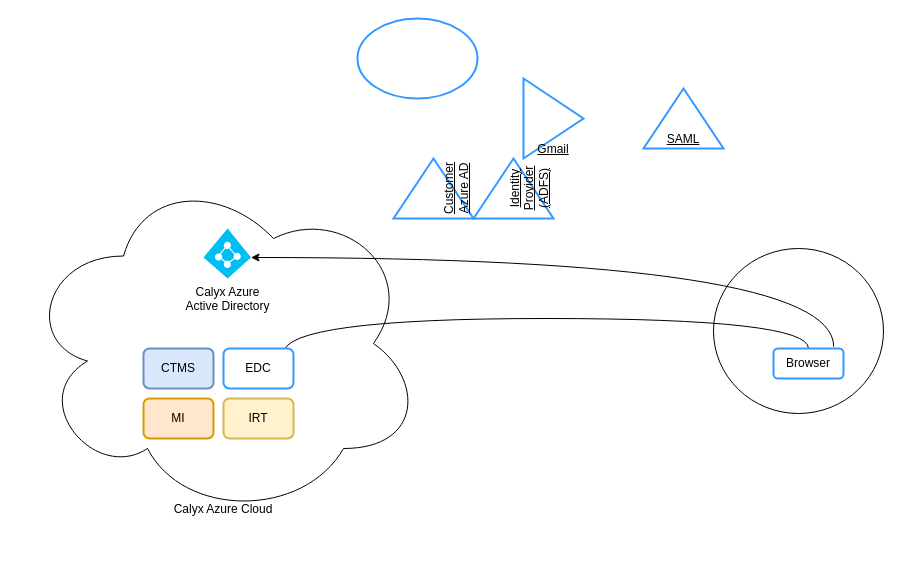
Earlier version of the draw.io diagram Untitled Diagram.drawio (varun-kum/CloudAvenue-Architecture-Center). Source tidied: cells renumbered, new cells numbered last; positions are measured from the earlier drawing's top-left corner, leaving out a move shared by most shapes. Both pictures are drawn from the tidied source at 100%, with x=0, y=0 at pixel (23, 18).
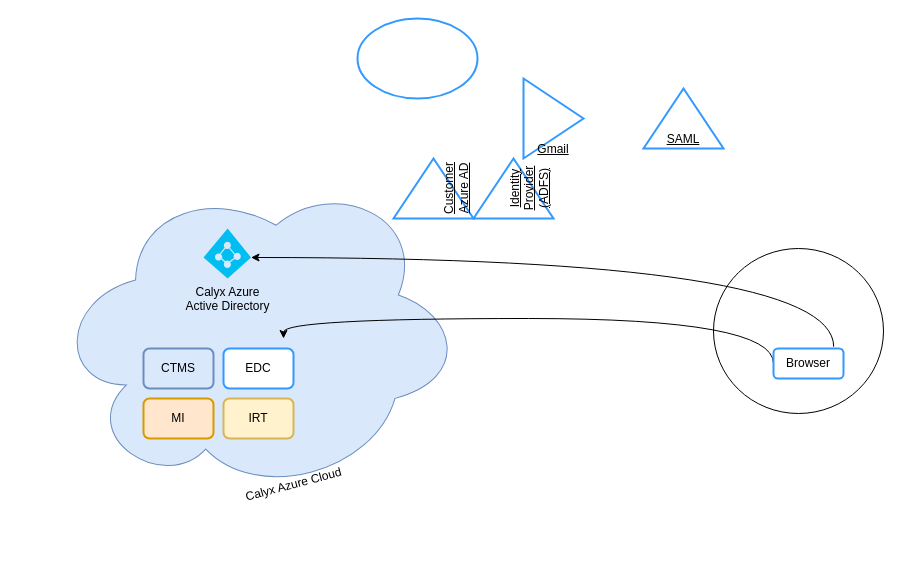
Above is the later version.

The change refers to these unchanged cells:
```xml
<mxCell id="7" value="Browser" style="rounded=1;whiteSpace=wrap;html=1;strokeColor=#3399FF;strokeWidth=2;" parent="1" vertex="1">
  <mxGeometry x="750" y="330" width="70" height="30" as="geometry" />
</mxCell>
<mxCell id="8" value="EDC" style="rounded=1;whiteSpace=wrap;html=1;strokeColor=#3399FF;strokeWidth=2;" parent="1" vertex="1">
  <mxGeometry x="200" y="330" width="70" height="40" as="geometry" />
</mxCell>
```

Diff of the diagram source:
```diff
@@
-    <mxCell id="2" value="Calyx Azure Cloud" style="ellipse;shape=cloud;whiteSpace=wrap;html=1;verticalAlign=bottom;" parent="1" vertex="1">
-      <mxGeometry y="150" width="400" height="350" as="geometry" />
+    <mxCell id="2" value="Calyx Azure Cloud" style="ellipse;shape=cloud;whiteSpace=wrap;html=1;verticalAlign=bottom;fillColor=#dae8fc;strokeColor=#6c8ebf;rotation=-15;" parent="1" vertex="1">
+      <mxGeometry x="30" y="150.3" width="400" height="330" as="geometry" />
     </mxCell>
@@
-    <mxCell id="6" style="edgeStyle=orthogonalEdgeStyle;curved=1;jettySize=auto;html=1;entryX=1;entryY=0.5;entryDx=0;entryDy=0;" parent="1" edge="1" source="7" target="8">
-      <mxGeometry relative="1" as="geometry">
-        <Array as="points">
-          <mxPoint x="785" y="300" />
-          <mxPoint x="260" y="300" />
-          <mxPoint x="260" y="370" />
-          <mxPoint x="253" y="370" />
-          <mxPoint x="253" y="350" />
-        </Array>
-      </mxGeometry>
-    </mxCell>
+    <mxCell id="17" style="edgeStyle=orthogonalEdgeStyle;curved=1;jettySize=auto;html=1;exitX=0;exitY=0.5;exitDx=0;exitDy=0;" parent="1" edge="1" source="7">
+      <mxGeometry relative="1" as="geometry">
+        <mxPoint x="260" y="320" as="targetPoint" />
+        <Array as="points">
+          <mxPoint x="750" y="300" />
+          <mxPoint x="260" y="300" />
+        </Array>
+      </mxGeometry>
+    </mxCell>
```
